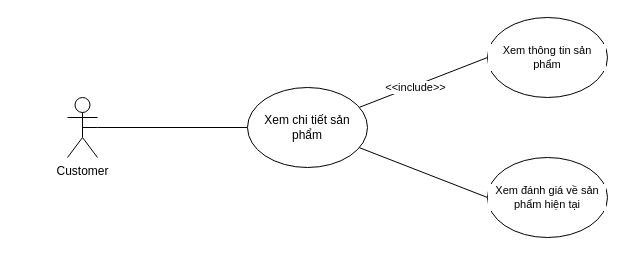
The draw.io diagram page "Xem chi tiết sản phẩm" (9 of 14) of Usecase Diagram Bookstore.drawio in KaNguyen3005/Bookstore-System, before the edit. Source tidied: cells renumbered, new cells numbered last; positions are measured from the earlier drawing's top-left corner, leaving out a move shared by most shapes. Both pictures are drawn from the tidied source at 100%, with x=0, y=0 at pixel (17, 17).
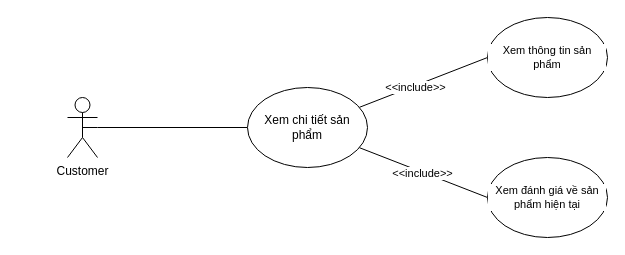
The same diagram, later.

Change to the diagram source:
```diff
@@
 <mxGraphModel>
   <root>
     <mxCell id="0" />
     <mxCell id="1" parent="0" />
     <mxCell id="2" style="edgeStyle=none;shape=connector;rounded=0;jettySize=auto;html=1;strokeColor=default;align=center;verticalAlign=middle;fontFamily=Helvetica;fontSize=11;fontColor=default;labelBackgroundColor=default;endArrow=none;endFill=0;" parent="1" edge="1" source="3" target="7">
       <mxGeometry relative="1" as="geometry" />
     </mxCell>
     <mxCell id="3" value="Customer" style="shape=umlActor;verticalLabelPosition=bottom;verticalAlign=top;html=1;outlineConnect=0;" parent="1" vertex="1">
       <mxGeometry x="50" y="80" width="30" height="60" as="geometry" />
     </mxCell>
     <mxCell id="4" style="edgeStyle=none;shape=connector;rounded=0;jettySize=auto;html=1;entryX=0;entryY=0.5;entryDx=0;entryDy=0;strokeColor=default;align=center;verticalAlign=middle;fontFamily=Helvetica;fontSize=11;fontColor=default;labelBackgroundColor=default;endArrow=none;endFill=0;" parent="1" edge="1" source="7" target="11">
       <mxGeometry relative="1" as="geometry" />
     </mxCell>
     <mxCell id="5" value="&amp;lt;&amp;lt;include&amp;gt;&amp;gt;" style="edgeLabel;html=1;align=center;verticalAlign=middle;fontFamily=Helvetica;fontSize=11;fontColor=default;labelBackgroundColor=default;" parent="4" vertex="1">
       <mxGeometry x="-0.14" y="-1" relative="1" as="geometry" />
     </mxCell>
     <mxCell id="6" style="edgeStyle=none;shape=connector;rounded=0;jettySize=auto;html=1;entryX=0;entryY=0.5;entryDx=0;entryDy=0;strokeColor=default;align=center;verticalAlign=middle;fontFamily=Helvetica;fontSize=11;fontColor=default;labelBackgroundColor=default;endArrow=none;endFill=0;" parent="1" edge="1" source="7" target="12">
       <mxGeometry relative="1" as="geometry" />
     </mxCell>
+    <mxCell id="13" value="&amp;lt;&amp;lt;include&amp;gt;&amp;gt;" style="edgeLabel;html=1;align=center;verticalAlign=middle;" parent="6" vertex="1">
+      <mxGeometry x="-0.01" y="-1" relative="1" as="geometry" />
+    </mxCell>
     <mxCell id="7" value="Xem chi tiết sản phẩm" style="ellipse;whiteSpace=wrap;html=1;" parent="1" vertex="1">
       <mxGeometry x="230" y="70" width="120" height="80" as="geometry" />
     </mxCell>
     <mxCell id="8" style="edgeStyle=none;shape=connector;rounded=0;orthogonalLoop=1;jettySize=auto;html=1;exitX=0.5;exitY=0.5;exitDx=0;exitDy=0;exitPerimeter=0;strokeColor=default;align=center;verticalAlign=middle;fontFamily=Helvetica;fontSize=11;fontColor=default;labelBackgroundColor=default;endArrow=none;endFill=0;" parent="1" edge="1" source="3" target="3">
       <mxGeometry relative="1" as="geometry" />
     </mxCell>
     <mxCell id="9" style="edgeStyle=none;shape=connector;rounded=0;orthogonalLoop=1;jettySize=auto;html=1;exitX=0;exitY=1;exitDx=0;exitDy=0;strokeColor=default;align=center;verticalAlign=middle;fontFamily=Helvetica;fontSize=11;fontColor=default;labelBackgroundColor=default;endArrow=none;endFill=0;" parent="1" edge="1" source="7" target="7">
       <mxGeometry relative="1" as="geometry" />
     </mxCell>
     <mxCell id="10" style="edgeStyle=none;shape=connector;rounded=0;orthogonalLoop=1;jettySize=auto;html=1;exitX=1;exitY=0.3333333333333333;exitDx=0;exitDy=0;exitPerimeter=0;strokeColor=default;align=center;verticalAlign=middle;fontFamily=Helvetica;fontSize=11;fontColor=default;labelBackgroundColor=default;endArrow=none;endFill=0;" parent="1" edge="1">
       <mxGeometry relative="1" as="geometry">
         <mxPoint y="10" as="sourcePoint" />
         <mxPoint y="10" as="targetPoint" />
       </mxGeometry>
     </mxCell>
     <mxCell id="11" value="Xem thông tin sản phẩm" style="ellipse;whiteSpace=wrap;html=1;fontFamily=Helvetica;fontSize=11;fontColor=default;labelBackgroundColor=default;" parent="1" vertex="1">
       <mxGeometry x="470" width="120" height="80" as="geometry" />
     </mxCell>
     <mxCell id="12" value="Xem đánh giá về sản phẩm hiện tại" style="ellipse;whiteSpace=wrap;html=1;fontFamily=Helvetica;fontSize=11;fontColor=default;labelBackgroundColor=default;" parent="1" vertex="1">
       <mxGeometry x="470" y="140" width="120" height="80" as="geometry" />
     </mxCell>
   </root>
 </mxGraphModel>
```
